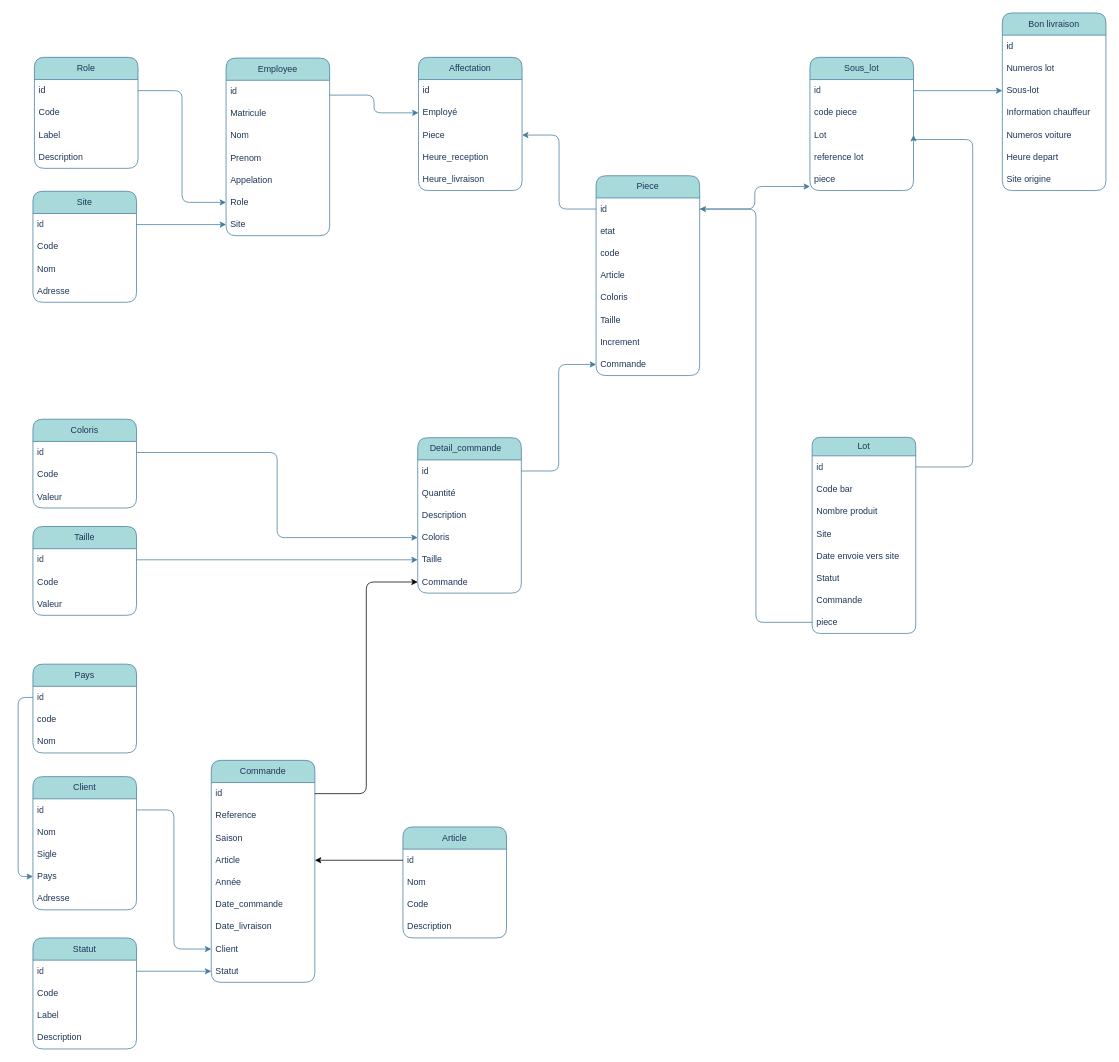
Above: Diagramme sans nom.drawio in petit-vps/sample (draw.io), before the change. Source tidied: cells renumbered, new cells numbered last; positions are measured from the earlier drawing's top-left corner, leaving out a move shared by most shapes. Both pictures are drawn from the tidied source at 74%, with x=0, y=0 at pixel (33, 13).
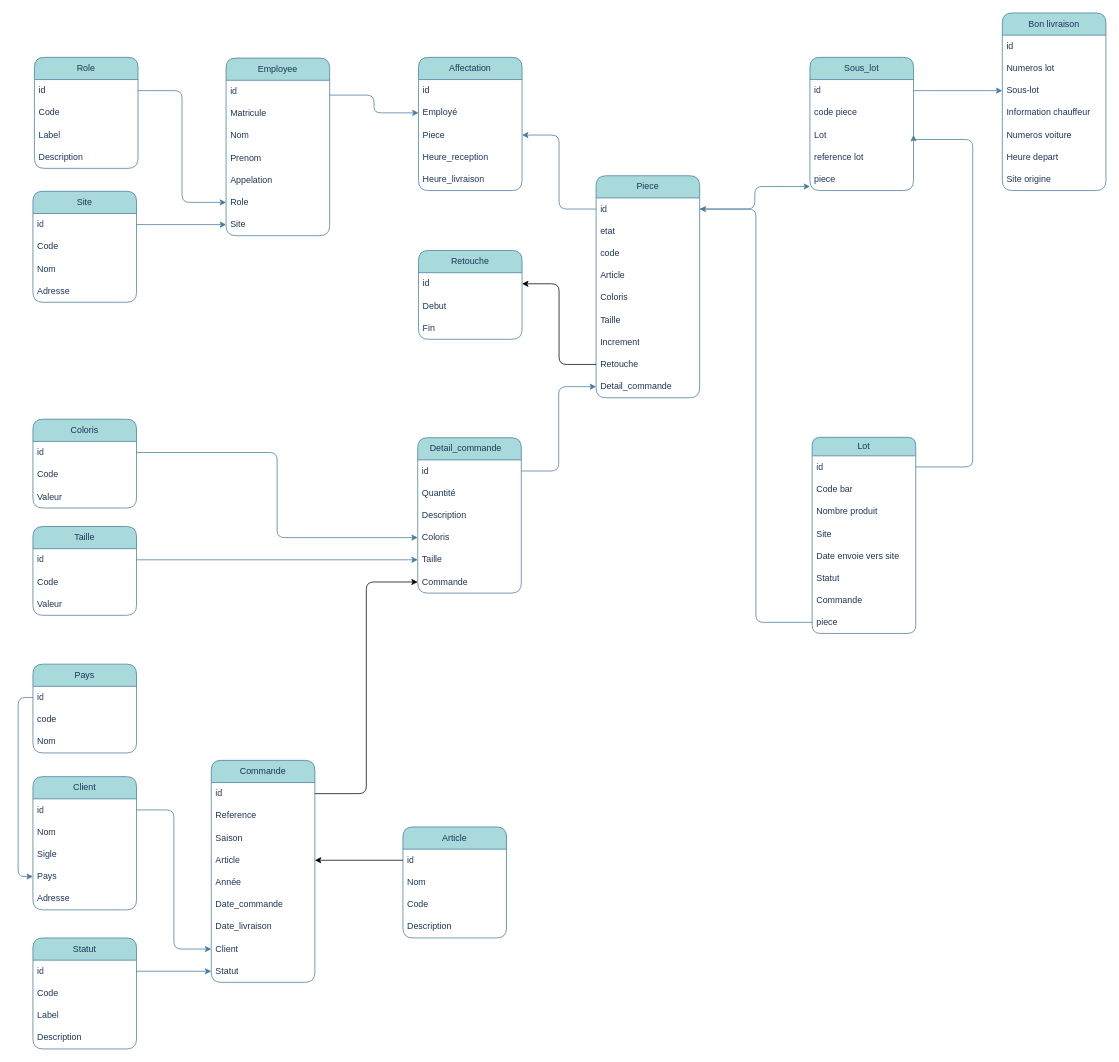
The same page after the edit.

Commit message:
ajouter rettouche

Diff of the diagram source:
```diff
@@
     <mxCell id="56" value="Piece" style="swimlane;fontStyle=0;horizontal=1;startSize=30;whiteSpace=wrap;html=1;fillColor=#A8DADC;strokeColor=#457B9D;rounded=1;labelBackgroundColor=none;fontColor=#1D3557;" parent="1" vertex="1">
-      <mxGeometry x="761" y="220" width="140" height="270" as="geometry" />
+      <mxGeometry x="761" y="220" width="140" height="300" as="geometry" />
     </mxCell>
@@
+    <mxCell id="119" value="Retouche" style="text;strokeColor=none;fillColor=none;align=left;verticalAlign=middle;spacingLeft=4;spacingRight=4;overflow=hidden;points=[[0,0.5],[1,0.5]];portConstraint=eastwest;whiteSpace=wrap;html=1;rounded=1;labelBackgroundColor=none;fontColor=#1D3557;" parent="56" vertex="1">
+      <mxGeometry y="240" width="140" height="30" as="geometry" />
+    </mxCell>
-    <mxCell id="64" value="Commande" style="text;strokeColor=none;fillColor=none;align=left;verticalAlign=middle;spacingLeft=4;spacingRight=4;overflow=hidden;points=[[0,0.5],[1,0.5]];portConstraint=eastwest;whiteSpace=wrap;html=1;rounded=1;labelBackgroundColor=none;fontColor=#1D3557;" parent="56" vertex="1">
-      <mxGeometry y="240" width="140" height="30" as="geometry" />
+    <mxCell id="64" value="Detail_commande" style="text;strokeColor=none;fillColor=none;align=left;verticalAlign=middle;spacingLeft=4;spacingRight=4;overflow=hidden;points=[[0,0.5],[1,0.5]];portConstraint=eastwest;whiteSpace=wrap;html=1;rounded=1;labelBackgroundColor=none;fontColor=#1D3557;" parent="56" vertex="1">
+      <mxGeometry y="270" width="140" height="30" as="geometry" />
     </mxCell>
@@
+    <mxCell id="120" value="&lt;div&gt;Retouche&lt;/div&gt;" style="swimlane;fontStyle=0;horizontal=1;startSize=30;whiteSpace=wrap;html=1;fillColor=#A8DADC;strokeColor=#457B9D;rounded=1;labelBackgroundColor=none;fontColor=#1D3557;" parent="1" vertex="1">
+      <mxGeometry x="521" y="321" width="140" height="120" as="geometry" />
+    </mxCell>
+    <mxCell id="121" value="&lt;div&gt;id&lt;/div&gt;" style="text;strokeColor=none;fillColor=none;align=left;verticalAlign=middle;spacingLeft=4;spacingRight=4;overflow=hidden;points=[[0,0.5],[1,0.5]];portConstraint=eastwest;whiteSpace=wrap;html=1;rounded=1;labelBackgroundColor=none;fontColor=#1D3557;" parent="120" vertex="1">
+      <mxGeometry y="30" width="140" height="30" as="geometry" />
+    </mxCell>
+    <mxCell id="122" value="&lt;div&gt;Debut&lt;/div&gt;" style="text;strokeColor=none;fillColor=none;align=left;verticalAlign=middle;spacingLeft=4;spacingRight=4;overflow=hidden;whiteSpace=wrap;html=1;rounded=1;labelBackgroundColor=none;fontColor=#1D3557;" parent="120" vertex="1">
+      <mxGeometry y="60" width="140" height="30" as="geometry" />
+    </mxCell>
+    <mxCell id="123" value="Fin" style="text;strokeColor=none;fillColor=none;align=left;verticalAlign=middle;spacingLeft=4;spacingRight=4;overflow=hidden;whiteSpace=wrap;html=1;rounded=1;labelBackgroundColor=none;fontColor=#1D3557;" parent="120" vertex="1">
+      <mxGeometry y="90" width="140" height="30" as="geometry" />
+    </mxCell>
+    <mxCell id="124" style="edgeStyle=orthogonalEdgeStyle;rounded=1;jettySize=auto;html=1;" parent="1" edge="1" source="119" target="121">
+      <mxGeometry relative="1" as="geometry" />
+    </mxCell>
```
